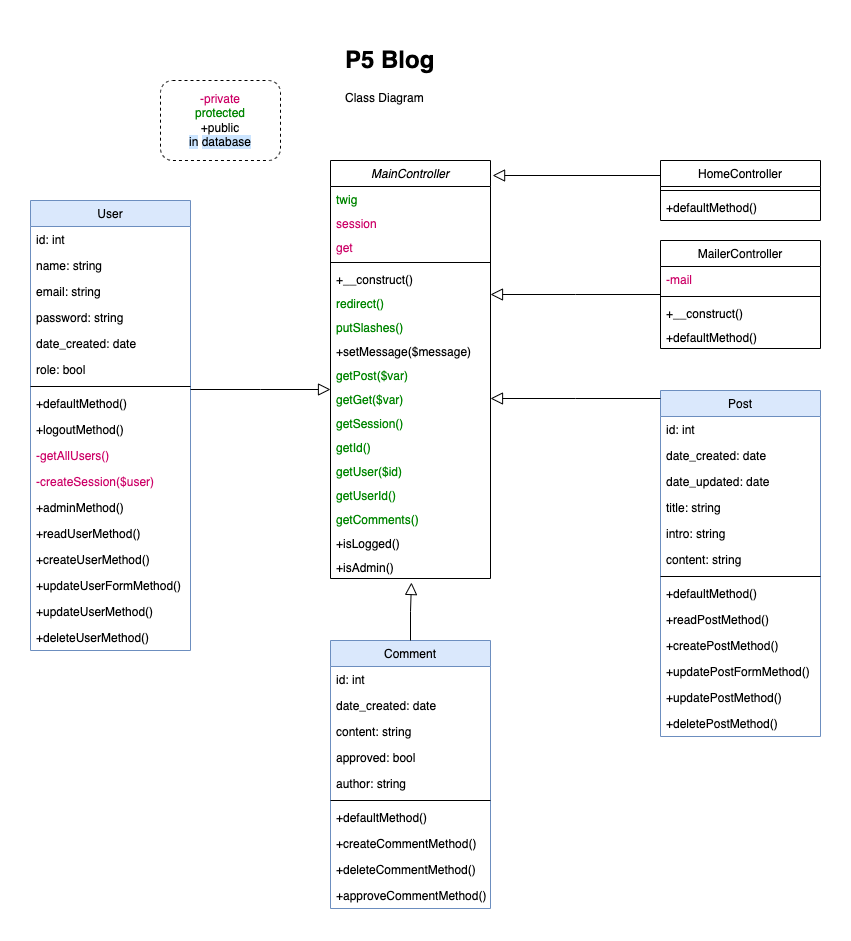
This is UMLdiagrams/Blog_ClassDiagram.png from AnnaigJegourel/OC-P5-Creez-votre-premier-blog-en-PHP, a draw.io export, as it was before one commit. Source tidied: cells renumbered, new cells last; positions are measured from the earlier drawing's top-left corner, leaving out a move shared by most shapes.
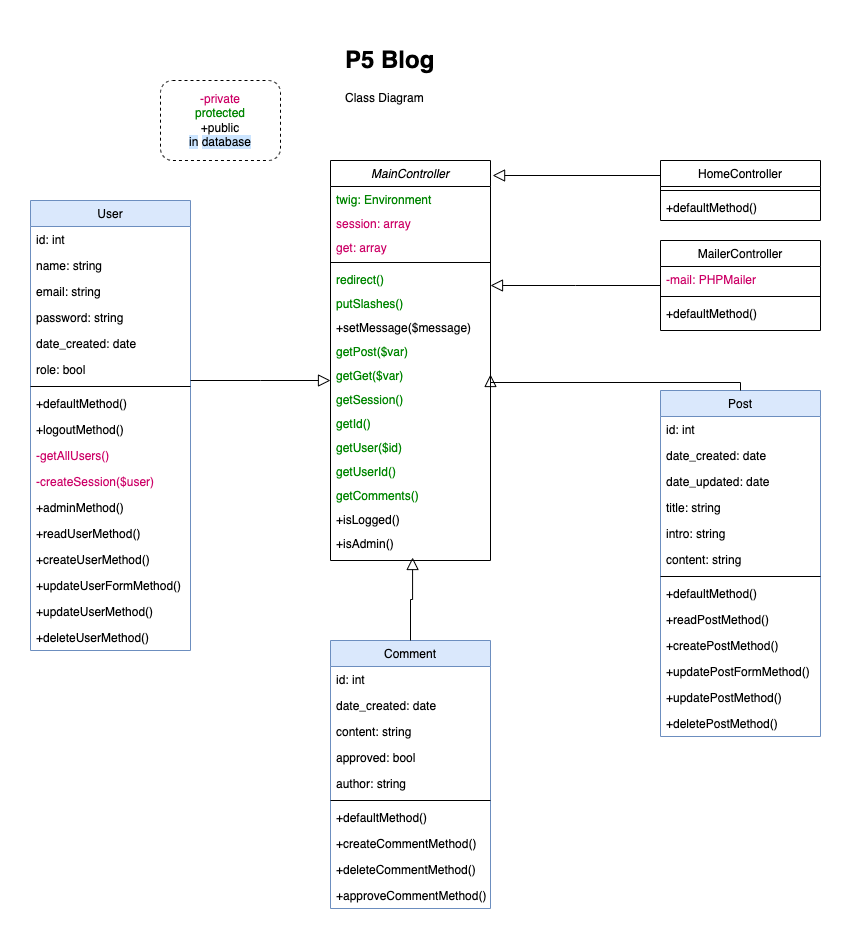
The same file after the commit.

Commit message:
In Class Diagram, delete constructors & add all property types

The edit, as a diff of the source:
```diff
@@ -3,58 +3,55 @@
     <mxCell id="0" />
     <mxCell id="1" parent="0" />
     <mxCell id="2" value="MainController" style="swimlane;fontStyle=2;align=center;verticalAlign=top;horizontal=1;startSize=26;rounded=0;shadow=0;strokeWidth=1;" parent="1" vertex="1">
-      <mxGeometry x="300" y="120" width="160" height="418" as="geometry" />
+      <mxGeometry x="300" y="120" width="160" height="400" as="geometry" />
     </mxCell>
-    <mxCell id="3" value="twig" style="text;align=left;verticalAlign=top;spacingLeft=4;spacingRight=4;overflow=hidden;fontColor=#008500;" parent="2" vertex="1">
+    <mxCell id="3" value="twig: Environment" style="text;align=left;verticalAlign=top;spacingLeft=4;spacingRight=4;overflow=hidden;fontColor=#008500;" parent="2" vertex="1">
       <mxGeometry y="26" width="160" height="24" as="geometry" />
     </mxCell>
-    <mxCell id="4" value="session" style="text;align=left;verticalAlign=top;spacingLeft=4;spacingRight=4;overflow=hidden;fontColor=#CC0066;" parent="2" vertex="1">
+    <mxCell id="4" value="session: array" style="text;align=left;verticalAlign=top;spacingLeft=4;spacingRight=4;overflow=hidden;fontColor=#CC0066;" parent="2" vertex="1">
       <mxGeometry y="50" width="160" height="24" as="geometry" />
     </mxCell>
-    <mxCell id="5" value="get" style="text;align=left;verticalAlign=top;spacingLeft=4;spacingRight=4;overflow=hidden;fontColor=#CC0066;" parent="2" vertex="1">
+    <mxCell id="5" value="get: array" style="text;align=left;verticalAlign=top;spacingLeft=4;spacingRight=4;overflow=hidden;fontColor=#CC0066;" parent="2" vertex="1">
       <mxGeometry y="74" width="160" height="24" as="geometry" />
     </mxCell>
     <mxCell id="6" style="line;html=1;strokeWidth=1;align=left;verticalAlign=middle;spacingTop=-1;spacingLeft=3;spacingRight=3;labelPosition=right;" parent="2" vertex="1">
       <mxGeometry y="98" width="160" height="8" as="geometry" />
     </mxCell>
-    <mxCell id="7" value="+__construct()" style="text;align=left;verticalAlign=top;spacingLeft=4;spacingRight=4;overflow=hidden;" parent="2" vertex="1">
-      <mxGeometry y="106" width="160" height="24" as="geometry" />
-    </mxCell>
     <mxCell id="8" value="redirect()" style="text;align=left;verticalAlign=top;spacingLeft=4;spacingRight=4;overflow=hidden;fontColor=#008500;" parent="2" vertex="1">
-      <mxGeometry y="130" width="160" height="24" as="geometry" />
+      <mxGeometry y="106" width="160" height="24" as="geometry" />
     </mxCell>
     <mxCell id="9" value="putSlashes()" style="text;align=left;verticalAlign=top;spacingLeft=4;spacingRight=4;overflow=hidden;fontColor=#008500;" parent="2" vertex="1">
-      <mxGeometry y="154" width="160" height="24" as="geometry" />
+      <mxGeometry y="130" width="160" height="24" as="geometry" />
     </mxCell>
     <mxCell id="10" value="+setMessage($message)" style="text;align=left;verticalAlign=top;spacingLeft=4;spacingRight=4;overflow=hidden;" parent="2" vertex="1">
-      <mxGeometry y="178" width="160" height="24" as="geometry" />
+      <mxGeometry y="154" width="160" height="24" as="geometry" />
     </mxCell>
     <mxCell id="11" value="getPost($var)" style="text;align=left;verticalAlign=top;spacingLeft=4;spacingRight=4;overflow=hidden;fontColor=#008500;" parent="2" vertex="1">
-      <mxGeometry y="202" width="160" height="24" as="geometry" />
+      <mxGeometry y="178" width="160" height="24" as="geometry" />
     </mxCell>
     <mxCell id="12" value="getGet($var)" style="text;align=left;verticalAlign=top;spacingLeft=4;spacingRight=4;overflow=hidden;points=[[0,0.5],[1,0.5]];portConstraint=eastwest;fontColor=#008500;" parent="2" vertex="1">
-      <mxGeometry y="226" width="160" height="24" as="geometry" />
+      <mxGeometry y="202" width="160" height="24" as="geometry" />
     </mxCell>
     <mxCell id="13" value="getSession()" style="text;align=left;verticalAlign=top;spacingLeft=4;spacingRight=4;overflow=hidden;fontColor=#008500;" parent="2" vertex="1">
-      <mxGeometry y="250" width="160" height="24" as="geometry" />
+      <mxGeometry y="226" width="160" height="24" as="geometry" />
     </mxCell>
     <mxCell id="14" value="getId()" style="text;align=left;verticalAlign=top;spacingLeft=4;spacingRight=4;overflow=hidden;fontColor=#008500;" parent="2" vertex="1">
-      <mxGeometry y="274" width="160" height="24" as="geometry" />
+      <mxGeometry y="250" width="160" height="24" as="geometry" />
     </mxCell>
     <mxCell id="15" value="getUser($id)" style="text;align=left;verticalAlign=top;spacingLeft=4;spacingRight=4;overflow=hidden;fontColor=#008500;" parent="2" vertex="1">
-      <mxGeometry y="298" width="160" height="24" as="geometry" />
+      <mxGeometry y="274" width="160" height="24" as="geometry" />
     </mxCell>
     <mxCell id="16" value="getUserId()" style="text;align=left;verticalAlign=top;spacingLeft=4;spacingRight=4;overflow=hidden;fontColor=#008500;" parent="2" vertex="1">
-      <mxGeometry y="322" width="160" height="24" as="geometry" />
+      <mxGeometry y="298" width="160" height="24" as="geometry" />
     </mxCell>
     <mxCell id="17" value="getComments()" style="text;align=left;verticalAlign=top;spacingLeft=4;spacingRight=4;overflow=hidden;fontColor=#008500;" parent="2" vertex="1">
-      <mxGeometry y="346" width="160" height="24" as="geometry" />
+      <mxGeometry y="322" width="160" height="24" as="geometry" />
     </mxCell>
     <mxCell id="18" value="+isLogged()" style="text;align=left;verticalAlign=top;spacingLeft=4;spacingRight=4;overflow=hidden;" parent="2" vertex="1">
-      <mxGeometry y="370" width="160" height="24" as="geometry" />
+      <mxGeometry y="346" width="160" height="24" as="geometry" />
     </mxCell>
     <mxCell id="19" value="+isAdmin()" style="text;align=left;verticalAlign=top;spacingLeft=4;spacingRight=4;overflow=hidden;points=[[0,0.5],[1,0.5]];portConstraint=eastwest;" parent="2" vertex="1">
-      <mxGeometry y="394" width="160" height="24" as="geometry" />
+      <mxGeometry y="370" width="160" height="24" as="geometry" />
     </mxCell>
     <mxCell id="20" value="User" style="swimlane;fontStyle=0;align=center;verticalAlign=top;horizontal=1;startSize=26;rounded=0;shadow=0;strokeWidth=1;fillColor=#dae8fc;strokeColor=#6c8ebf;" parent="1" vertex="1">
       <mxGeometry y="160" width="160" height="450" as="geometry" />
@@ -114,19 +111,16 @@
       <mxGeometry relative="1" as="geometry" />
     </mxCell>
     <mxCell id="39" value="MailerController" style="swimlane;fontStyle=0;align=center;verticalAlign=top;horizontal=1;startSize=26;rounded=0;shadow=0;strokeWidth=1;" parent="1" vertex="1">
-      <mxGeometry x="630" y="200" width="160" height="108" as="geometry" />
+      <mxGeometry x="630" y="200" width="160" height="90" as="geometry" />
     </mxCell>
-    <mxCell id="40" value="-mail" style="text;align=left;verticalAlign=top;spacingLeft=4;spacingRight=4;overflow=hidden;fontColor=#CC0066;" parent="39" vertex="1">
+    <mxCell id="40" value="-mail: PHPMailer" style="text;align=left;verticalAlign=top;spacingLeft=4;spacingRight=4;overflow=hidden;fontColor=#CC0066;" parent="39" vertex="1">
       <mxGeometry y="26" width="160" height="26" as="geometry" />
     </mxCell>
     <mxCell id="41" style="line;html=1;strokeWidth=1;align=left;verticalAlign=middle;spacingTop=-1;spacingLeft=3;spacingRight=3;labelPosition=right;" parent="39" vertex="1">
       <mxGeometry y="52" width="160" height="8" as="geometry" />
     </mxCell>
-    <mxCell id="42" value="+__construct()" style="text;align=left;verticalAlign=top;spacingLeft=4;spacingRight=4;overflow=hidden;" parent="39" vertex="1">
-      <mxGeometry y="60" width="160" height="24" as="geometry" />
-    </mxCell>
     <mxCell id="43" value="+defaultMethod()" style="text;align=left;verticalAlign=top;spacingLeft=4;spacingRight=4;overflow=hidden;" parent="39" vertex="1">
-      <mxGeometry y="84" width="160" height="24" as="geometry" />
+      <mxGeometry y="60" width="160" height="24" as="geometry" />
     </mxCell>
     <mxCell id="44" style="endArrow=block;endSize=10;endFill=0;shadow=0;strokeWidth=1;rounded=0;edgeStyle=elbowEdgeStyle;elbow=vertical;" parent="1" edge="1" source="39" target="2">
       <mxGeometry relative="1" as="geometry" />
@@ -227,7 +221,7 @@
     <mxCell id="76" style="endArrow=block;endSize=10;endFill=0;shadow=0;strokeWidth=1;rounded=0;edgeStyle=elbowEdgeStyle;elbow=vertical;entryX=1;entryY=0.5;entryDx=0;entryDy=0;" parent="1" edge="1" source="62" target="12">
       <mxGeometry relative="1" as="geometry" />
     </mxCell>
-    <mxCell id="77" style="endArrow=block;endSize=10;endFill=0;shadow=0;strokeWidth=1;rounded=0;edgeStyle=elbowEdgeStyle;elbow=vertical;exitX=0.5;exitY=0;exitDx=0;exitDy=0;entryX=0.506;entryY=1.167;entryDx=0;entryDy=0;entryPerimeter=0;" parent="1" edge="1" source="51" target="19">
+    <mxCell id="77" style="endArrow=block;endSize=10;endFill=0;shadow=0;strokeWidth=1;rounded=0;edgeStyle=elbowEdgeStyle;elbow=vertical;exitX=0.5;exitY=0;exitDx=0;exitDy=0;entryX=0.513;entryY=1.125;entryDx=0;entryDy=0;entryPerimeter=0;" parent="1" edge="1" source="51" target="19">
       <mxGeometry relative="1" as="geometry" />
     </mxCell>
   </root>
```
